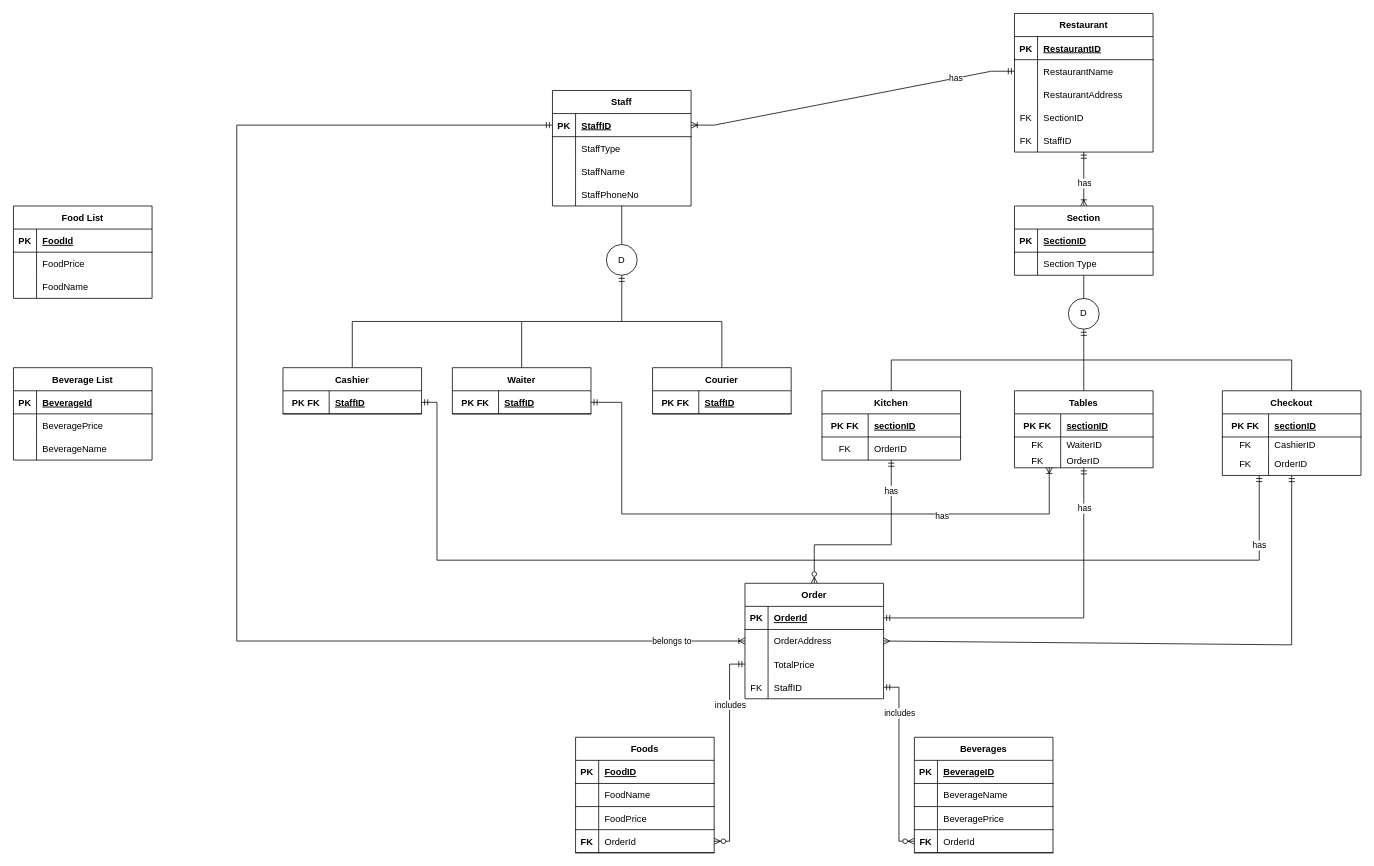
Above: restaurant.drawio in burakalatas/CafeOrderProject (draw.io), before the change. Source tidied: cells renumbered, new cells numbered last; positions are measured from the earlier drawing's top-left corner, leaving out a move shared by most shapes. Both pictures are drawn from the tidied source at 77%, with x=0, y=0 at pixel (13, 13).
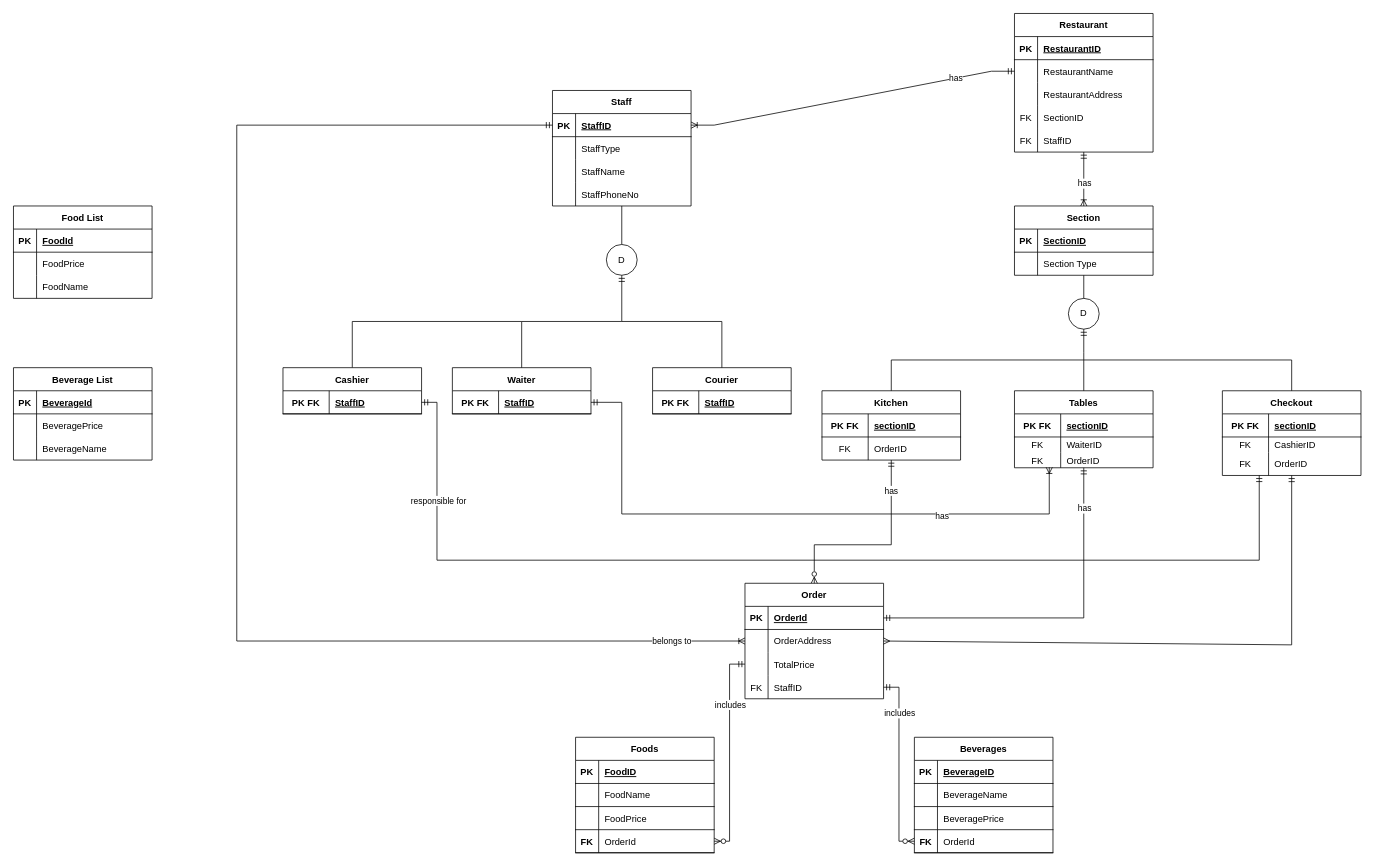
After the change.

The change refers to these unchanged cells:
```xml
<mxCell id="111" style="edgeStyle=orthogonalEdgeStyle;fontSize=12;html=1;endArrow=ERmandOne;startArrow=ERmandOne;rounded=0;entryX=0.266;entryY=0.997;entryDx=0;entryDy=0;entryPerimeter=0;exitX=1;exitY=0.5;exitDx=0;exitDy=0;" parent="1" edge="1" source="108" target="42">
  <mxGeometry relative="1" as="geometry">
    <Array as="points">
      <mxPoint x="550" y="505" />
      <mxPoint x="550" y="710" />
      <mxPoint x="1618" y="710" />
    </Array>
  </mxGeometry>
</mxCell>
```

What changed in the source:
```diff
@@
-    <mxCell id="112" value="has" style="edgeLabel;html=1;align=center;verticalAlign=middle;" parent="111" vertex="1">
-      <mxGeometry x="0.87" relative="1" as="geometry" />
-    </mxCell>
+    <mxCell id="168" value="responsible for" style="edgeLabel;html=1;align=center;verticalAlign=middle;" parent="111" vertex="1">
+      <mxGeometry x="-0.79" y="1" relative="1" as="geometry" />
+    </mxCell>
```
